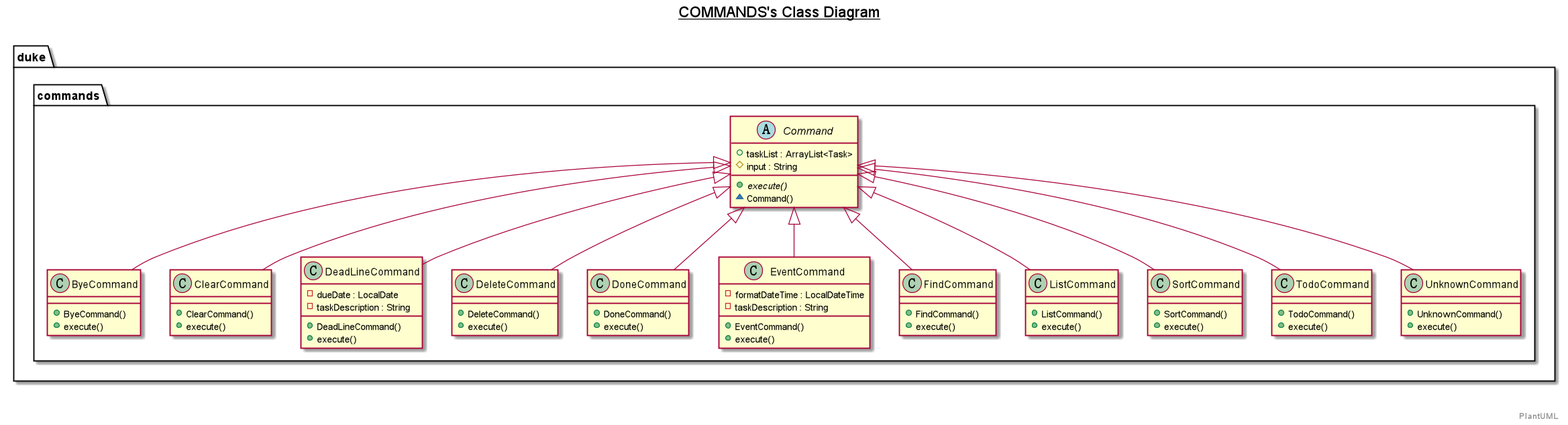
nus-tic4001-AY2021S1/ip keeps this PlantUML diagram as docs/images/CommandClassDiagram.png. Above is the earlier version. Its diagram source:
```plantuml
@startuml

title __COMMANDS's Class Diagram__\n

  namespace duke {
    namespace commands {
      class duke.commands.ByeCommand {
          + ByeCommand()
          + execute()
      }
    }
  }


  namespace duke {
    namespace commands {
      class duke.commands.ClearCommand {
          + ClearCommand()
          + execute()
      }
    }
  }


  namespace duke {
    namespace commands {
      abstract class duke.commands.Command {
          + taskList : ArrayList<Task>
          # input : String
          {abstract} + execute()
          ~ Command()
      }
    }
  }


  namespace duke {
    namespace commands {
      class duke.commands.DeadLineCommand {
          - dueDate : LocalDate
          - taskDescription : String
          + DeadLineCommand()
          + execute()
      }
    }
  }


  namespace duke {
    namespace commands {
      class duke.commands.DeleteCommand {
          + DeleteCommand()
          + execute()
      }
    }
  }


  namespace duke {
    namespace commands {
      class duke.commands.DoneCommand {
          + DoneCommand()
          + execute()
      }
    }
  }


  namespace duke {
    namespace commands {
      class duke.commands.EventCommand {
          - formatDateTime : LocalDateTime
          - taskDescription : String
          + EventCommand()
          + execute()
      }
    }
  }


  namespace duke {
    namespace commands {
      class duke.commands.FindCommand {
          + FindCommand()
          + execute()
      }
    }
  }


  namespace duke {
    namespace commands {
      class duke.commands.ListCommand {
          + ListCommand()
          + execute()
      }
    }
  }


  namespace duke {
    namespace commands {
      class duke.commands.SortCommand {
          + SortCommand()
          + execute()
      }
    }
  }


  namespace duke {
    namespace commands {
      class duke.commands.TodoCommand {
          + TodoCommand()
          + execute()
      }
    }
  }


  namespace duke {
    namespace commands {
      class duke.commands.UnknownCommand {
          + UnknownCommand()
          + execute()
      }
    }
  }


  duke.commands.ByeCommand -up-|> duke.commands.Command
  duke.commands.ClearCommand -up-|> duke.commands.Command
  duke.commands.DeadLineCommand -up-|> duke.commands.Command
  duke.commands.DeleteCommand -up-|> duke.commands.Command
  duke.commands.DoneCommand -up-|> duke.commands.Command
  duke.commands.EventCommand -up-|> duke.commands.Command
  duke.commands.FindCommand -up-|> duke.commands.Command
  duke.commands.ListCommand -up-|> duke.commands.Command
  duke.commands.SortCommand -up-|> duke.commands.Command
  duke.commands.TodoCommand -up-|> duke.commands.Command
  duke.commands.UnknownCommand -up-|> duke.commands.Command


right footer


PlantUML
endfooter

@enduml
```
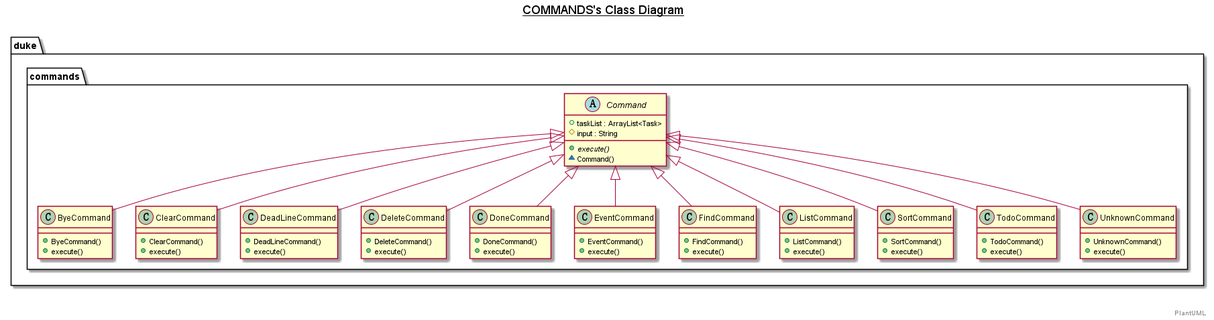
The same diagram one commit later.

Change to the diagram source:
```diff
@@ -37,8 +37,6 @@
   namespace duke {
     namespace commands {
       class duke.commands.DeadLineCommand {
-          - dueDate : LocalDate
-          - taskDescription : String
           + DeadLineCommand()
           + execute()
       }
@@ -69,8 +67,6 @@
   namespace duke {
     namespace commands {
       class duke.commands.EventCommand {
-          - formatDateTime : LocalDateTime
-          - taskDescription : String
           + EventCommand()
           + execute()
       }
```
